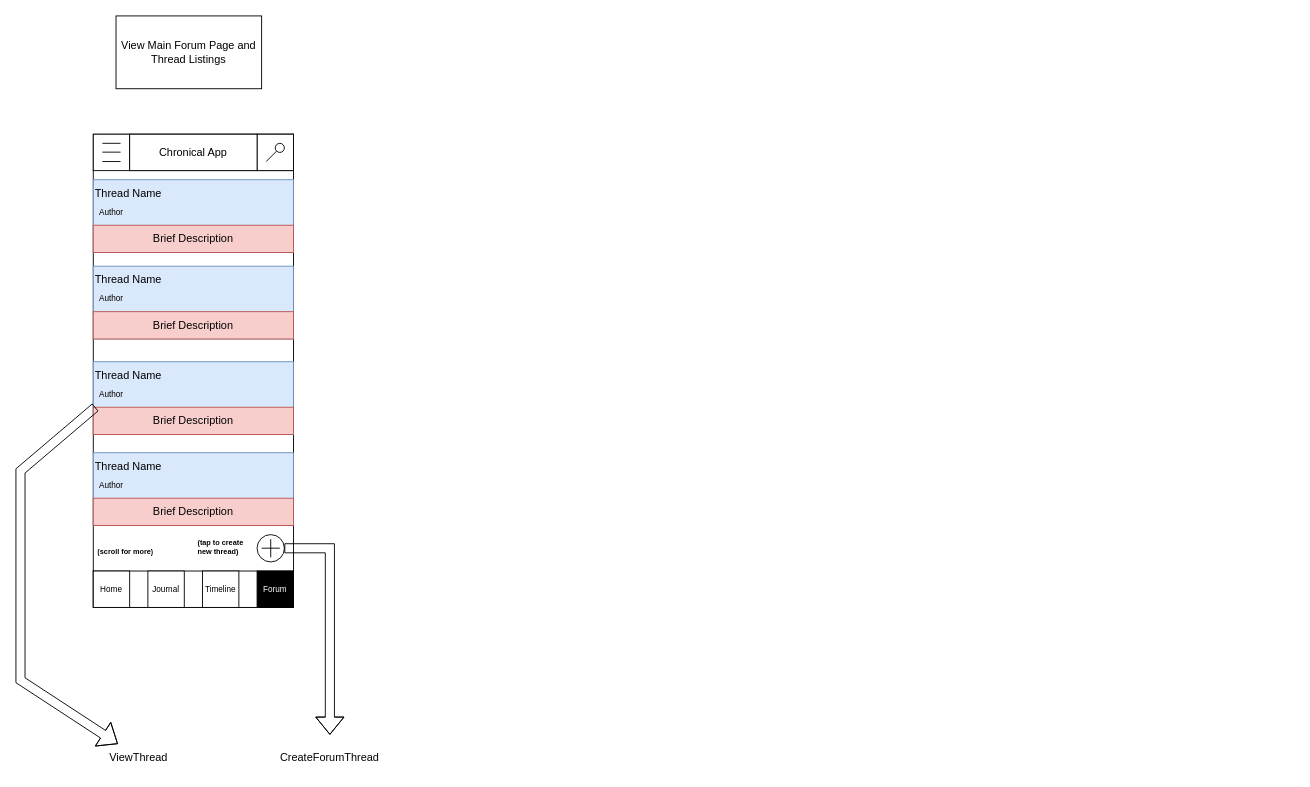
Vaibhav-G-Parmar/Chronicle-Your-Ultimate-Travel-Companion keeps this draw.io diagram as page "ForumPage" (10 of 17) of Chronicle_Initial_App_Wireframe_Designs.drawio. Above is the earlier version. Source tidied: cells renumbered, new cells numbered last; positions are measured from the earlier drawing's top-left corner, leaving out a move shared by most shapes. Both pictures are drawn from the tidied source at 91%, with x=0, y=0 at pixel (20, 15).
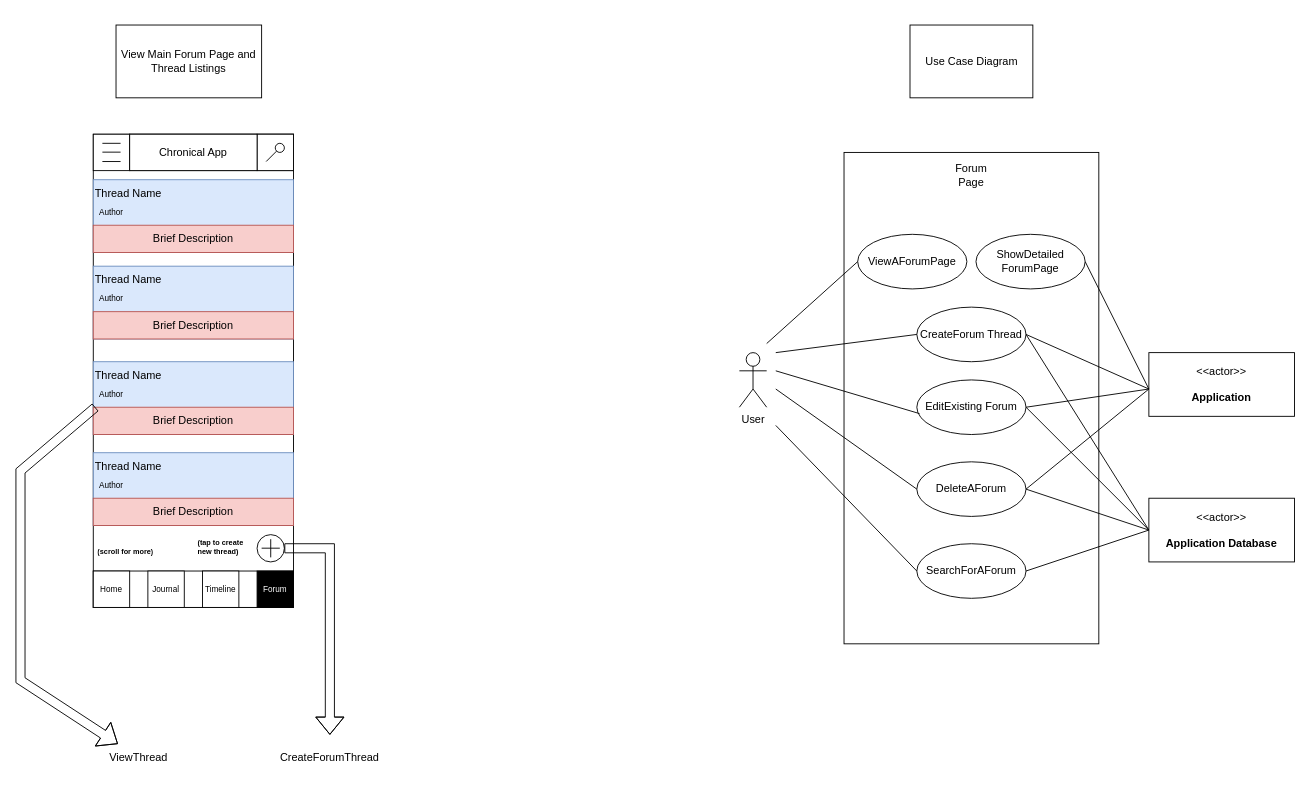
The same page after the edit.

What changed in the source:
```diff
@@
     <mxCell id="2" value="View Main Forum Page and Thread Listings" style="rounded=0;whiteSpace=wrap;html=1;" parent="1" vertex="1">
-      <mxGeometry x="105" width="160" height="80" as="geometry" />
+      <mxGeometry x="105" y="10" width="160" height="80" as="geometry" />
     </mxCell>
@@
+    <mxCell id="44" value="&lt;h2&gt;&lt;br&gt;&lt;/h2&gt;" style="rounded=0;whiteSpace=wrap;html=1;align=center;" parent="1" vertex="1">
+      <mxGeometry x="905" y="150" width="280" height="540" as="geometry" />
+    </mxCell>
+    <mxCell id="45" value="ViewAForumPage" style="ellipse;whiteSpace=wrap;html=1;" parent="1" vertex="1">
+      <mxGeometry x="920" y="240" width="120" height="60" as="geometry" />
+    </mxCell>
+    <mxCell id="46" value="User&lt;br&gt;" style="shape=umlActor;verticalLabelPosition=bottom;verticalAlign=top;html=1;" parent="1" vertex="1">
+      <mxGeometry x="790" y="370" width="30" height="60" as="geometry" />
+    </mxCell>
+    <mxCell id="47" value="&amp;lt;&amp;lt;actor&amp;gt;&amp;gt;&lt;br&gt;&lt;br&gt;&lt;b&gt;Application&lt;br&gt;&lt;/b&gt;" style="html=1;align=center;verticalAlign=middle;dashed=0;whiteSpace=wrap;" parent="1" vertex="1">
+      <mxGeometry x="1240" y="370" width="160" height="70" as="geometry" />
+    </mxCell>
+    <mxCell id="48" style="endArrow=none;html=1;rounded=0;entryX=0;entryY=0.5;entryDx=0;entryDy=0;" parent="1" edge="1" target="45">
+      <mxGeometry relative="1" as="geometry">
+        <mxPoint x="820" y="360" as="sourcePoint" />
+      </mxGeometry>
+    </mxCell>
+    <mxCell id="49" value="Forum Page" style="text;html=1;strokeColor=none;fillColor=none;align=center;verticalAlign=middle;whiteSpace=wrap;rounded=0;" parent="1" vertex="1">
+      <mxGeometry x="1015" y="160" width="60" height="30" as="geometry" />
+    </mxCell>
+    <mxCell id="50" value="SearchForAForum" style="ellipse;whiteSpace=wrap;html=1;" parent="1" vertex="1">
+      <mxGeometry x="985" y="580" width="120" height="60" as="geometry" />
+    </mxCell>
+    <mxCell id="51" style="endArrow=none;html=1;rounded=0;entryX=0;entryY=0.5;entryDx=0;entryDy=0;" parent="1" edge="1" target="50">
+      <mxGeometry relative="1" as="geometry">
+        <mxPoint x="830" y="450" as="sourcePoint" />
+      </mxGeometry>
+    </mxCell>
+    <mxCell id="52" value="ShowDetailed ForumPage" style="ellipse;whiteSpace=wrap;html=1;" parent="1" vertex="1">
+      <mxGeometry x="1050" y="240" width="120" height="60" as="geometry" />
+    </mxCell>
+    <mxCell id="53" style="endArrow=none;html=1;rounded=0;exitX=1;exitY=0.5;exitDx=0;exitDy=0;" parent="1" edge="1" source="52">
+      <mxGeometry relative="1" as="geometry">
+        <mxPoint x="1240" y="410" as="targetPoint" />
+      </mxGeometry>
+    </mxCell>
+    <mxCell id="54" value="&amp;lt;&amp;lt;actor&amp;gt;&amp;gt;&lt;br&gt;&lt;br&gt;&lt;b&gt;Application Database&lt;br&gt;&lt;/b&gt;" style="html=1;align=center;verticalAlign=middle;dashed=0;whiteSpace=wrap;" parent="1" vertex="1">
+      <mxGeometry x="1240" y="530" width="160" height="70" as="geometry" />
+    </mxCell>
+    <mxCell id="55" style="endArrow=none;html=1;rounded=0;exitX=1;exitY=0.5;exitDx=0;exitDy=0;entryX=0;entryY=0.5;entryDx=0;entryDy=0;" parent="1" edge="1" source="50" target="54">
+      <mxGeometry relative="1" as="geometry" />
+    </mxCell>
+    <mxCell id="56" value="CreateForum Thread" style="ellipse;whiteSpace=wrap;html=1;" parent="1" vertex="1">
+      <mxGeometry x="985" y="320" width="120" height="60" as="geometry" />
+    </mxCell>
+    <mxCell id="57" value="DeleteAForum" style="ellipse;whiteSpace=wrap;html=1;" parent="1" vertex="1">
+      <mxGeometry x="985" y="490" width="120" height="60" as="geometry" />
+    </mxCell>
+    <mxCell id="58" value="EditExisting Forum" style="ellipse;whiteSpace=wrap;html=1;" parent="1" vertex="1">
+      <mxGeometry x="985" y="400" width="120" height="60" as="geometry" />
+    </mxCell>
+    <mxCell id="59" style="endArrow=none;html=1;rounded=0;entryX=0;entryY=0.5;entryDx=0;entryDy=0;" parent="1" edge="1" target="56">
+      <mxGeometry relative="1" as="geometry">
+        <mxPoint x="830" y="370" as="sourcePoint" />
+      </mxGeometry>
+    </mxCell>
+    <mxCell id="60" style="endArrow=none;html=1;rounded=0;entryX=0.025;entryY=0.617;entryDx=0;entryDy=0;entryPerimeter=0;" parent="1" edge="1" target="58">
+      <mxGeometry relative="1" as="geometry">
+        <mxPoint x="830" y="390" as="sourcePoint" />
+      </mxGeometry>
+    </mxCell>
+    <mxCell id="61" style="endArrow=none;html=1;rounded=0;entryX=0;entryY=0.5;entryDx=0;entryDy=0;" parent="1" edge="1" target="57">
+      <mxGeometry relative="1" as="geometry">
+        <mxPoint x="830" y="410" as="sourcePoint" />
+      </mxGeometry>
+    </mxCell>
+    <mxCell id="62" style="endArrow=none;html=1;rounded=0;exitX=1;exitY=0.5;exitDx=0;exitDy=0;" parent="1" edge="1" source="56">
+      <mxGeometry relative="1" as="geometry">
+        <mxPoint x="1240" y="410" as="targetPoint" />
+      </mxGeometry>
+    </mxCell>
+    <mxCell id="63" style="endArrow=none;html=1;rounded=0;exitX=1;exitY=0.5;exitDx=0;exitDy=0;" parent="1" edge="1" source="58">
+      <mxGeometry relative="1" as="geometry">
+        <mxPoint x="1240" y="410" as="targetPoint" />
+      </mxGeometry>
+    </mxCell>
+    <mxCell id="64" style="endArrow=none;html=1;rounded=0;exitX=1;exitY=0.5;exitDx=0;exitDy=0;" parent="1" edge="1" source="57">
+      <mxGeometry relative="1" as="geometry">
+        <mxPoint x="1240" y="410" as="targetPoint" />
+      </mxGeometry>
+    </mxCell>
+    <mxCell id="65" style="endArrow=none;html=1;rounded=0;exitX=1;exitY=0.5;exitDx=0;exitDy=0;entryX=0;entryY=0.5;entryDx=0;entryDy=0;" parent="1" edge="1" source="56" target="54">
+      <mxGeometry relative="1" as="geometry" />
+    </mxCell>
+    <mxCell id="66" style="endArrow=none;html=1;rounded=0;exitX=1;exitY=0.5;exitDx=0;exitDy=0;entryX=0;entryY=0.5;entryDx=0;entryDy=0;" parent="1" edge="1" source="58" target="54">
+      <mxGeometry relative="1" as="geometry" />
+    </mxCell>
+    <mxCell id="67" style="endArrow=none;html=1;rounded=0;exitX=1;exitY=0.5;exitDx=0;exitDy=0;entryX=0;entryY=0.5;entryDx=0;entryDy=0;" parent="1" edge="1" source="57" target="54">
+      <mxGeometry relative="1" as="geometry" />
+    </mxCell>
+    <mxCell id="68" value="Use Case Diagram" style="text;html=1;strokeColor=default;fillColor=none;align=center;verticalAlign=middle;whiteSpace=wrap;rounded=0;" parent="1" vertex="1">
+      <mxGeometry x="977.5" y="10" width="135" height="80" as="geometry" />
+    </mxCell>
```
